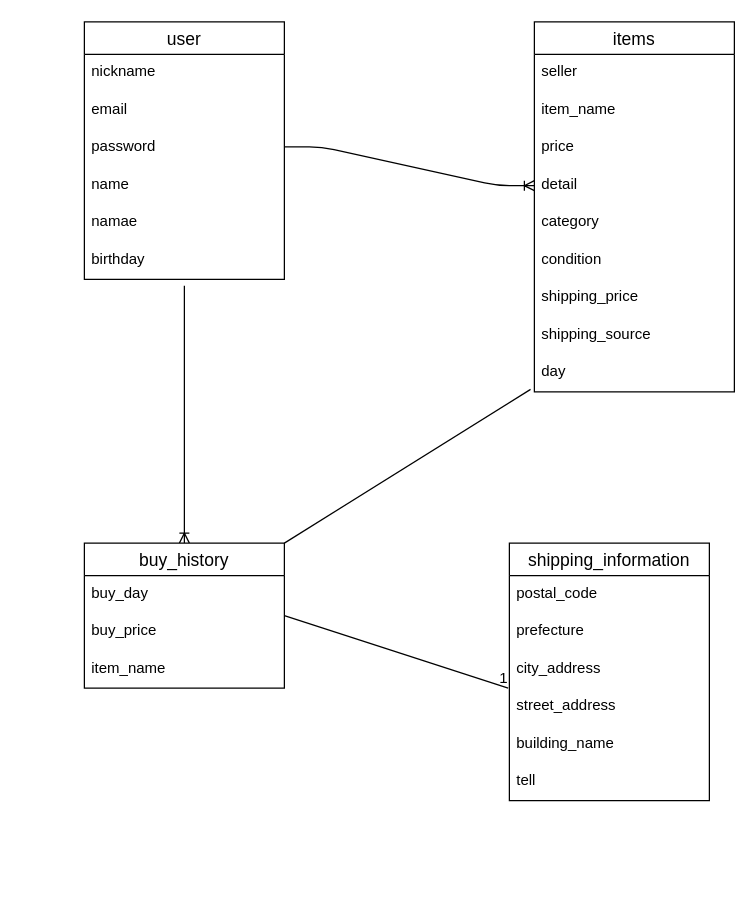
Natsuki-1004/furima-39595 keeps this draw.io diagram as furima-39595.dio. Above is the earlier version. Source tidied: cells renumbered, new cells numbered last; positions are measured from the earlier drawing's top-left corner, leaving out a move shared by most shapes. Both pictures are drawn from the tidied source at 125%, with x=0, y=0 at pixel (84, 21).
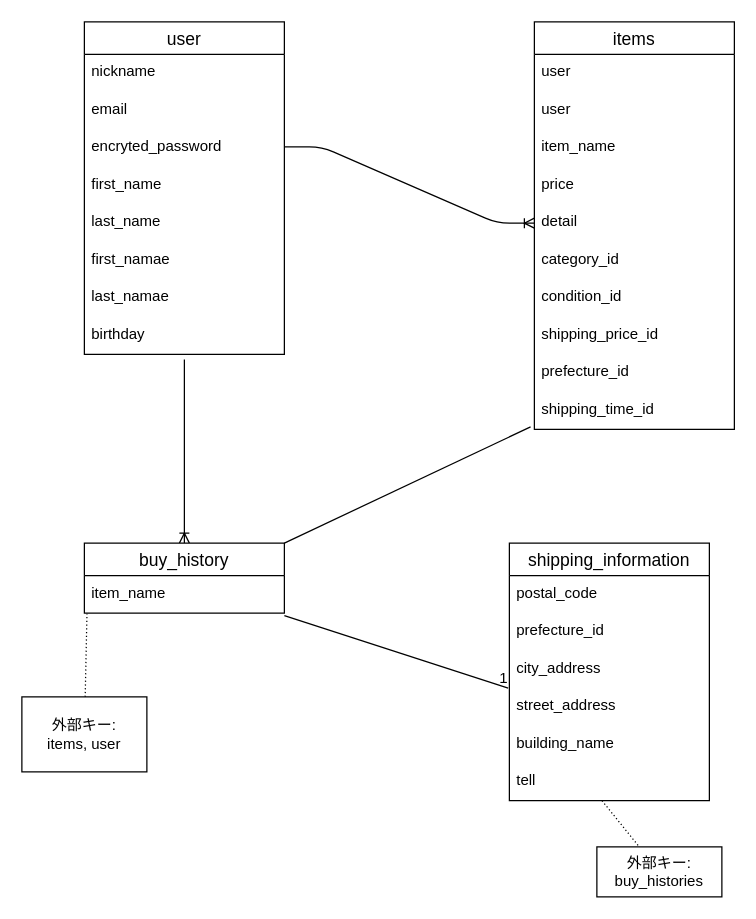
Above is the later version.

Unchanged cells that the change refers to:
```xml
<mxCell id="20" value="shipping_information" style="swimlane;fontStyle=0;horizontal=1;startSize=26;align=center;fontSize=14;" parent="1" vertex="1">
  <mxGeometry x="340" y="417" width="160" height="206" as="geometry" />
</mxCell>
<mxCell id="26" value="tell" style="text;strokeColor=none;fillColor=none;spacingLeft=4;spacingRight=4;overflow=hidden;points=[[0,0.5],[1,0.5]];portConstraint=eastwest;fontSize=12;" parent="20" vertex="1">
  <mxGeometry y="176" width="160" height="30" as="geometry" />
</mxCell>
```

Change to the diagram source:
```diff
@@
     <mxCell id="2" value="user" style="swimlane;fontStyle=0;horizontal=1;startSize=26;align=center;fontSize=14;" parent="1" vertex="1">
-      <mxGeometry width="160" height="206" as="geometry" />
+      <mxGeometry width="160" height="266" as="geometry" />
     </mxCell>
@@
-    <mxCell id="5" value="password&#10;" style="text;strokeColor=none;fillColor=none;spacingLeft=4;spacingRight=4;overflow=hidden;fontSize=12;" parent="2" vertex="1">
+    <mxCell id="5" value="encryted_password&#10;" style="text;strokeColor=none;fillColor=none;spacingLeft=4;spacingRight=4;overflow=hidden;fontSize=12;" parent="2" vertex="1">
       <mxGeometry y="86" width="160" height="30" as="geometry" />
     </mxCell>
-    <mxCell id="6" value="name&#10;" style="text;strokeColor=none;fillColor=none;spacingLeft=4;spacingRight=4;overflow=hidden;fontSize=12;" parent="2" vertex="1">
+    <mxCell id="6" value="first_name&#10;" style="text;strokeColor=none;fillColor=none;spacingLeft=4;spacingRight=4;overflow=hidden;fontSize=12;" parent="2" vertex="1">
       <mxGeometry y="116" width="160" height="30" as="geometry" />
     </mxCell>
-    <mxCell id="7" value="namae&#10;" style="text;strokeColor=none;fillColor=none;spacingLeft=4;spacingRight=4;overflow=hidden;fontSize=12;" parent="2" vertex="1">
+    <mxCell id="7" value="last_name" style="text;strokeColor=none;fillColor=none;spacingLeft=4;spacingRight=4;overflow=hidden;fontSize=12;" parent="2" vertex="1">
       <mxGeometry y="146" width="160" height="30" as="geometry" />
     </mxCell>
+    <mxCell id="35" value="first_namae" style="text;strokeColor=none;fillColor=none;spacingLeft=4;spacingRight=4;overflow=hidden;fontSize=12;" parent="2" vertex="1">
+      <mxGeometry y="176" width="160" height="30" as="geometry" />
+    </mxCell>
+    <mxCell id="36" value="last_namae" style="text;strokeColor=none;fillColor=none;spacingLeft=4;spacingRight=4;overflow=hidden;fontSize=12;" parent="2" vertex="1">
+      <mxGeometry y="206" width="160" height="30" as="geometry" />
+    </mxCell>
     <mxCell id="8" value="birthday" style="text;strokeColor=none;fillColor=none;spacingLeft=4;spacingRight=4;overflow=hidden;fontSize=12;" parent="2" vertex="1">
-      <mxGeometry y="176" width="160" height="30" as="geometry" />
+      <mxGeometry y="236" width="160" height="30" as="geometry" />
     </mxCell>
     <mxCell id="9" style="fontSize=12;html=1;endArrow=ERoneToMany;" parent="2" edge="1">
       <mxGeometry relative="1" as="geometry">
-        <mxPoint x="80" y="211" as="sourcePoint" />
+        <mxPoint x="80" y="270" as="sourcePoint" />
         <mxPoint x="80" y="417" as="targetPoint" />
       </mxGeometry>
     </mxCell>
     <mxCell id="10" value="items" style="swimlane;fontStyle=0;horizontal=1;startSize=26;align=center;fontSize=14;" parent="1" vertex="1">
-      <mxGeometry x="360" width="160" height="296" as="geometry" />
+      <mxGeometry x="360" width="160" height="326" as="geometry" />
     </mxCell>
+    <mxCell id="37" value="user&#10;" style="text;strokeColor=none;fillColor=none;spacingLeft=4;spacingRight=4;overflow=hidden;fontSize=12;" parent="10" vertex="1">
+      <mxGeometry y="26" width="160" height="30" as="geometry" />
+    </mxCell>
-    <mxCell id="11" value="seller" style="text;strokeColor=none;fillColor=none;spacingLeft=4;spacingRight=4;overflow=hidden;fontSize=12;" parent="10" vertex="1">
-      <mxGeometry y="26" width="160" height="30" as="geometry" />
+    <mxCell id="11" value="user&#10;" style="text;strokeColor=none;fillColor=none;spacingLeft=4;spacingRight=4;overflow=hidden;fontSize=12;" parent="10" vertex="1">
+      <mxGeometry y="56" width="160" height="30" as="geometry" />
     </mxCell>
     <mxCell id="12" value="item_name" style="text;strokeColor=none;fillColor=none;spacingLeft=4;spacingRight=4;overflow=hidden;fontSize=12;" parent="10" vertex="1">
-      <mxGeometry y="56" width="160" height="30" as="geometry" />
+      <mxGeometry y="86" width="160" height="30" as="geometry" />
     </mxCell>
     <mxCell id="13" value="price" style="text;strokeColor=none;fillColor=none;spacingLeft=4;spacingRight=4;overflow=hidden;fontSize=12;" parent="10" vertex="1">
-      <mxGeometry y="86" width="160" height="30" as="geometry" />
+      <mxGeometry y="116" width="160" height="30" as="geometry" />
     </mxCell>
     <mxCell id="14" value="detail&#10;" style="text;strokeColor=none;fillColor=none;spacingLeft=4;spacingRight=4;overflow=hidden;points=[[0,0.5],[1,0.5]];portConstraint=eastwest;fontSize=12;" parent="10" vertex="1">
-      <mxGeometry y="116" width="160" height="30" as="geometry" />
+      <mxGeometry y="146" width="160" height="30" as="geometry" />
     </mxCell>
-    <mxCell id="15" value="category&#10;" style="text;strokeColor=none;fillColor=none;spacingLeft=4;spacingRight=4;overflow=hidden;fontSize=12;" parent="10" vertex="1">
-      <mxGeometry y="146" width="160" height="30" as="geometry" />
+    <mxCell id="15" value="category_id" style="text;strokeColor=none;fillColor=none;spacingLeft=4;spacingRight=4;overflow=hidden;fontSize=12;" parent="10" vertex="1">
+      <mxGeometry y="176" width="160" height="30" as="geometry" />
     </mxCell>
-    <mxCell id="16" value="condition" style="text;strokeColor=none;fillColor=none;spacingLeft=4;spacingRight=4;overflow=hidden;fontSize=12;" parent="10" vertex="1">
-      <mxGeometry y="176" width="160" height="30" as="geometry" />
+    <mxCell id="16" value="condition_id" style="text;strokeColor=none;fillColor=none;spacingLeft=4;spacingRight=4;overflow=hidden;fontSize=12;" parent="10" vertex="1">
+      <mxGeometry y="206" width="160" height="30" as="geometry" />
     </mxCell>
-    <mxCell id="17" value="shipping_price" style="text;strokeColor=none;fillColor=none;spacingLeft=4;spacingRight=4;overflow=hidden;fontSize=12;" parent="10" vertex="1">
-      <mxGeometry y="206" width="160" height="30" as="geometry" />
+    <mxCell id="17" value="shipping_price_id" style="text;strokeColor=none;fillColor=none;spacingLeft=4;spacingRight=4;overflow=hidden;fontSize=12;" parent="10" vertex="1">
+      <mxGeometry y="236" width="160" height="30" as="geometry" />
     </mxCell>
-    <mxCell id="18" value="shipping_source&#10;" style="text;strokeColor=none;fillColor=none;spacingLeft=4;spacingRight=4;overflow=hidden;fontSize=12;" parent="10" vertex="1">
-      <mxGeometry y="236" width="160" height="30" as="geometry" />
+    <mxCell id="18" value="prefecture_id" style="text;strokeColor=none;fillColor=none;spacingLeft=4;spacingRight=4;overflow=hidden;fontSize=12;" parent="10" vertex="1">
+      <mxGeometry y="266" width="160" height="30" as="geometry" />
     </mxCell>
-    <mxCell id="19" value="day" style="text;strokeColor=none;fillColor=none;spacingLeft=4;spacingRight=4;overflow=hidden;points=[[0,0.5],[1,0.5]];portConstraint=eastwest;fontSize=12;" parent="10" vertex="1">
-      <mxGeometry y="266" width="160" height="30" as="geometry" />
+    <mxCell id="19" value="shipping_time_id" style="text;strokeColor=none;fillColor=none;spacingLeft=4;spacingRight=4;overflow=hidden;points=[[0,0.5],[1,0.5]];portConstraint=eastwest;fontSize=12;" parent="10" vertex="1">
+      <mxGeometry y="296" width="160" height="30" as="geometry" />
     </mxCell>
@@
-    <mxCell id="22" value="prefecture" style="text;strokeColor=none;fillColor=none;spacingLeft=4;spacingRight=4;overflow=hidden;fontSize=12;" parent="20" vertex="1">
+    <mxCell id="22" value="prefecture_id" style="text;strokeColor=none;fillColor=none;spacingLeft=4;spacingRight=4;overflow=hidden;fontSize=12;" parent="20" vertex="1">
       <mxGeometry y="56" width="160" height="30" as="geometry" />
     </mxCell>
@@
     <mxCell id="27" value="buy_history" style="swimlane;fontStyle=0;horizontal=1;startSize=26;align=center;fontSize=14;" parent="1" vertex="1">
-      <mxGeometry y="417" width="160" height="116" as="geometry" />
+      <mxGeometry y="417" width="160" height="56" as="geometry" />
     </mxCell>
-    <mxCell id="28" value="buy_day" style="text;strokeColor=none;fillColor=none;spacingLeft=4;spacingRight=4;overflow=hidden;fontSize=12;" parent="27" vertex="1">
-      <mxGeometry y="26" width="160" height="30" as="geometry" />
-    </mxCell>
-    <mxCell id="29" value="buy_price" style="text;strokeColor=none;fillColor=none;spacingLeft=4;spacingRight=4;overflow=hidden;fontSize=12;" parent="27" vertex="1">
-      <mxGeometry y="56" width="160" height="30" as="geometry" />
-    </mxCell>
     <mxCell id="30" value="item_name" style="text;strokeColor=none;fillColor=none;spacingLeft=4;spacingRight=4;overflow=hidden;points=[[0,0.5],[1,0.5]];portConstraint=eastwest;fontSize=12;" parent="27" vertex="1">
-      <mxGeometry y="86" width="160" height="30" as="geometry" />
+      <mxGeometry y="26" width="160" height="30" as="geometry" />
     </mxCell>
@@
+    <mxCell id="38" style="endArrow=none;html=1;rounded=0;dashed=1;dashPattern=1 2;exitX=0.463;exitY=1;exitDx=0;exitDy=0;exitPerimeter=0;" parent="1" edge="1" source="26" target="41">
+      <mxGeometry relative="1" as="geometry" />
+    </mxCell>
+    <mxCell id="39" style="endArrow=none;html=1;rounded=0;dashed=1;dashPattern=1 2;entryX=0.013;entryY=1.017;entryDx=0;entryDy=0;entryPerimeter=0;" parent="1" edge="1" source="40" target="30">
+      <mxGeometry relative="1" as="geometry" />
+    </mxCell>
+    <mxCell id="40" value="外部キー:&lt;br&gt;items, user" style="whiteSpace=wrap;html=1;align=center;" parent="1" vertex="1">
+      <mxGeometry x="-50" y="540" width="100" height="60" as="geometry" />
+    </mxCell>
+    <mxCell id="41" value="外部キー:&lt;br&gt;buy_histories" style="whiteSpace=wrap;html=1;align=center;" parent="1" vertex="1">
+      <mxGeometry x="410" y="660" width="100" height="40" as="geometry" />
+    </mxCell>
```
